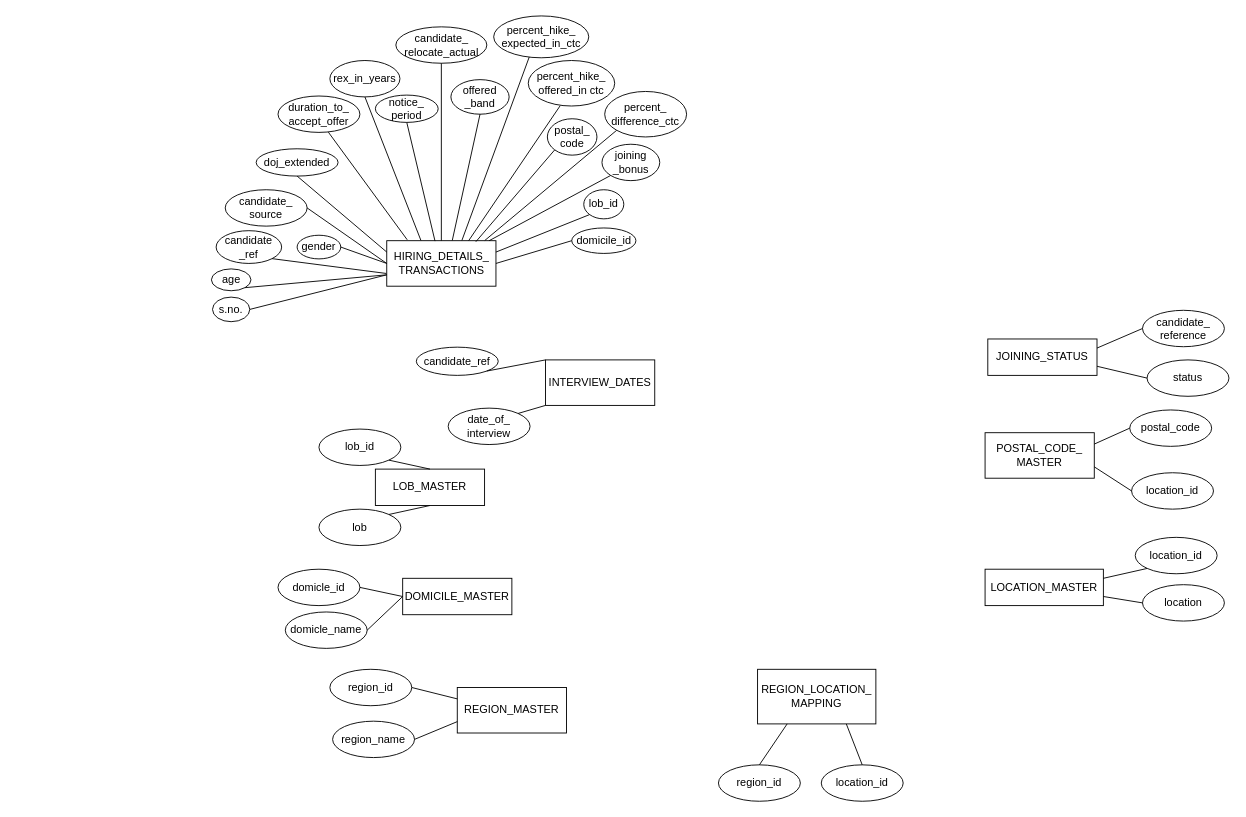
Earlier version of the draw.io diagram Untitled Diagram.drawio (gsrRogers/VatsDeloitte). Source tidied: cells renumbered, new cells numbered last; positions are measured from the earlier drawing's top-left corner, leaving out a move shared by most shapes. Both pictures are drawn from the tidied source at 91%, with x=0, y=0 at pixel (211, 15).
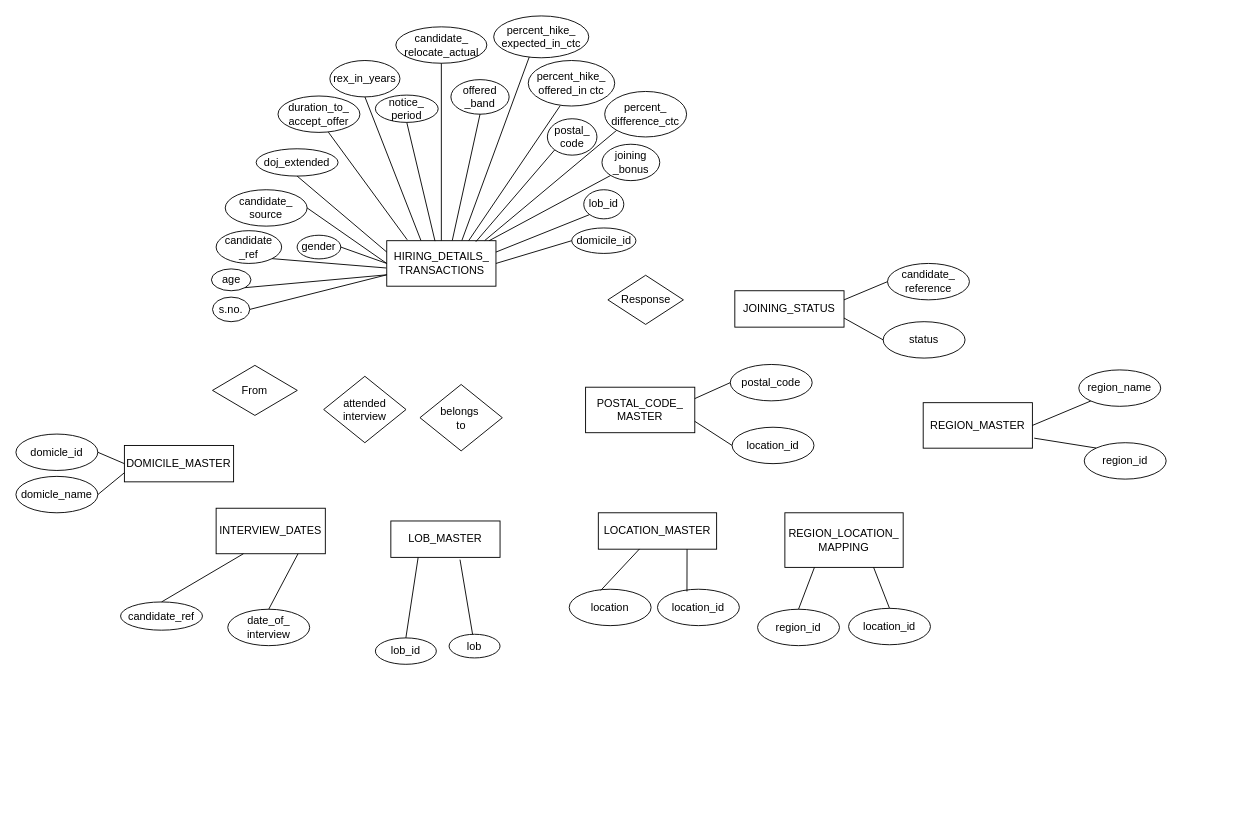
The same page after the edit.

The change refers to these unchanged cells:
```xml
<mxCell id="12" value="candidate&lt;br&gt;_ref" style="ellipse;whiteSpace=wrap;html=1;" parent="1" vertex="1">
  <mxGeometry x="5" y="236" width="72" height="36" as="geometry" />
</mxCell>
```

What changed in the source:
```diff
@@
     <mxCell id="3" value="INTERVIEW_DATES" style="rounded=0;whiteSpace=wrap;html=1;" parent="1" vertex="1">
-      <mxGeometry x="367" y="378" width="120" height="50" as="geometry" />
+      <mxGeometry x="5" y="541" width="120" height="50" as="geometry" />
     </mxCell>
     <mxCell id="4" value="DOMICILE_MASTER" style="rounded=0;whiteSpace=wrap;html=1;" parent="1" vertex="1">
-      <mxGeometry x="210" y="618" width="120" height="40" as="geometry" />
+      <mxGeometry x="-95.8" y="472" width="120" height="40" as="geometry" />
     </mxCell>
     <mxCell id="5" value="JOINING_STATUS" style="rounded=0;whiteSpace=wrap;html=1;" parent="1" vertex="1">
-      <mxGeometry x="853" y="355" width="120" height="40" as="geometry" />
+      <mxGeometry x="575" y="302" width="120" height="40" as="geometry" />
     </mxCell>
     <mxCell id="6" value="POSTAL_CODE_&lt;br&gt;MASTER" style="rounded=0;whiteSpace=wrap;html=1;" parent="1" vertex="1">
-      <mxGeometry x="850" y="458" width="120" height="50" as="geometry" />
+      <mxGeometry x="411" y="408" width="120" height="50" as="geometry" />
     </mxCell>
     <mxCell id="7" value="LOCATION_MASTER" style="rounded=0;whiteSpace=wrap;html=1;" parent="1" vertex="1">
-      <mxGeometry x="850" y="608" width="130" height="40" as="geometry" />
+      <mxGeometry x="425" y="546" width="130" height="40" as="geometry" />
     </mxCell>
     <mxCell id="8" value="REGION_LOCATION_&lt;br&gt;MAPPING" style="rounded=0;whiteSpace=wrap;html=1;" parent="1" vertex="1">
-      <mxGeometry x="600" y="718" width="130" height="60" as="geometry" />
+      <mxGeometry x="630" y="546" width="130" height="60" as="geometry" />
     </mxCell>
     <mxCell id="9" value="REGION_MASTER" style="rounded=0;whiteSpace=wrap;html=1;" parent="1" vertex="1">
-      <mxGeometry x="270" y="738" width="120" height="50" as="geometry" />
+      <mxGeometry x="782" y="425" width="120" height="50" as="geometry" />
     </mxCell>
     <mxCell id="10" value="LOB_MASTER" style="rounded=0;whiteSpace=wrap;html=1;" parent="1" vertex="1">
-      <mxGeometry x="180" y="498" width="120" height="40" as="geometry" />
+      <mxGeometry x="197" y="555" width="120" height="40" as="geometry" />
     </mxCell>
@@
     <mxCell id="29" value="candidate_ref" style="ellipse;whiteSpace=wrap;html=1;" parent="1" vertex="1">
-      <mxGeometry x="225" y="364" width="90" height="31" as="geometry" />
+      <mxGeometry x="-100" y="644" width="90" height="31" as="geometry" />
     </mxCell>
     <mxCell id="30" value="date_of_&lt;br&gt;interview" style="ellipse;whiteSpace=wrap;html=1;" parent="1" vertex="1">
-      <mxGeometry x="260" y="431" width="90" height="40" as="geometry" />
+      <mxGeometry x="17.8" y="652" width="90" height="40" as="geometry" />
     </mxCell>
     <mxCell id="31" value="lob_id" style="ellipse;whiteSpace=wrap;html=1;" parent="1" vertex="1">
-      <mxGeometry x="118" y="454" width="90" height="40" as="geometry" />
+      <mxGeometry x="180" y="683.5" width="67" height="29" as="geometry" />
     </mxCell>
     <mxCell id="32" value="lob" style="ellipse;whiteSpace=wrap;html=1;" parent="1" vertex="1">
-      <mxGeometry x="118" y="542" width="90" height="40" as="geometry" />
+      <mxGeometry x="261" y="679.5" width="56" height="26" as="geometry" />
     </mxCell>
     <mxCell id="33" value="domicle_id" style="ellipse;whiteSpace=wrap;html=1;" parent="1" vertex="1">
-      <mxGeometry x="73" y="608" width="90" height="40" as="geometry" />
+      <mxGeometry x="-215" y="459.5" width="90" height="40" as="geometry" />
     </mxCell>
     <mxCell id="34" value="domicle_name" style="ellipse;whiteSpace=wrap;html=1;" parent="1" vertex="1">
-      <mxGeometry x="81" y="655" width="90" height="40" as="geometry" />
+      <mxGeometry x="-215" y="506" width="90" height="40" as="geometry" />
     </mxCell>
     <mxCell id="35" value="region_id" style="ellipse;whiteSpace=wrap;html=1;" parent="1" vertex="1">
-      <mxGeometry x="130" y="718" width="90" height="40" as="geometry" />
+      <mxGeometry x="959" y="469" width="90" height="40" as="geometry" />
     </mxCell>
     <mxCell id="36" value="region_name" style="ellipse;whiteSpace=wrap;html=1;" parent="1" vertex="1">
-      <mxGeometry x="133" y="775" width="90" height="40" as="geometry" />
+      <mxGeometry x="953" y="389" width="90" height="40" as="geometry" />
     </mxCell>
     <mxCell id="37" value="region_id" style="ellipse;whiteSpace=wrap;html=1;" parent="1" vertex="1">
-      <mxGeometry x="557" y="823" width="90" height="40" as="geometry" />
+      <mxGeometry x="600" y="652" width="90" height="40" as="geometry" />
     </mxCell>
     <mxCell id="38" value="location_id" style="ellipse;whiteSpace=wrap;html=1;" parent="1" vertex="1">
-      <mxGeometry x="670" y="823" width="90" height="40" as="geometry" />
+      <mxGeometry x="700" y="651" width="90" height="40" as="geometry" />
     </mxCell>
     <mxCell id="39" value="location_id" style="ellipse;whiteSpace=wrap;html=1;" parent="1" vertex="1">
-      <mxGeometry x="1015" y="573" width="90" height="40" as="geometry" />
+      <mxGeometry x="490" y="630" width="90" height="40" as="geometry" />
     </mxCell>
     <mxCell id="40" value="location" style="ellipse;whiteSpace=wrap;html=1;" parent="1" vertex="1">
-      <mxGeometry x="1023" y="625" width="90" height="40" as="geometry" />
+      <mxGeometry x="393" y="630" width="90" height="40" as="geometry" />
     </mxCell>
     <mxCell id="41" value="location_id" style="ellipse;whiteSpace=wrap;html=1;" parent="1" vertex="1">
-      <mxGeometry x="1011" y="502" width="90" height="40" as="geometry" />
+      <mxGeometry x="572" y="452" width="90" height="40" as="geometry" />
     </mxCell>
     <mxCell id="42" value="postal_code" style="ellipse;whiteSpace=wrap;html=1;" parent="1" vertex="1">
-      <mxGeometry x="1009" y="433" width="90" height="40" as="geometry" />
+      <mxGeometry x="570" y="383" width="90" height="40" as="geometry" />
     </mxCell>
     <mxCell id="43" value="candidate_&lt;br&gt;reference" style="ellipse;whiteSpace=wrap;html=1;" parent="1" vertex="1">
-      <mxGeometry x="1023" y="323.5" width="90" height="40" as="geometry" />
+      <mxGeometry x="742.8" y="272" width="90" height="40" as="geometry" />
     </mxCell>
     <mxCell id="44" value="status" style="ellipse;whiteSpace=wrap;html=1;" parent="1" vertex="1">
-      <mxGeometry x="1028" y="378" width="90" height="40" as="geometry" />
+      <mxGeometry x="738" y="336" width="90" height="40" as="geometry" />
     </mxCell>
-    <mxCell id="45" style="endArrow=none;html=1;rounded=0;entryX=1;entryY=1;entryDx=0;entryDy=0;exitX=0;exitY=0;exitDx=0;exitDy=0;" parent="1" edge="1" source="3" target="29">
+    <mxCell id="45" style="endArrow=none;html=1;rounded=0;entryX=0.5;entryY=0;entryDx=0;entryDy=0;exitX=0.25;exitY=1;exitDx=0;exitDy=0;" parent="1" edge="1" source="3" target="29">
       <mxGeometry relative="1" as="geometry" />
     </mxCell>
-    <mxCell id="46" style="endArrow=none;html=1;rounded=0;entryX=0;entryY=1;entryDx=0;entryDy=0;exitX=1;exitY=0;exitDx=0;exitDy=0;" parent="1" edge="1" source="30" target="3">
+    <mxCell id="46" style="endArrow=none;html=1;rounded=0;entryX=0.75;entryY=1;entryDx=0;entryDy=0;exitX=0.5;exitY=0;exitDx=0;exitDy=0;" parent="1" edge="1" source="30" target="3">
       <mxGeometry relative="1" as="geometry" />
     </mxCell>
-    <mxCell id="47" style="endArrow=none;html=1;rounded=0;entryX=1;entryY=1;entryDx=0;entryDy=0;exitX=0.5;exitY=0;exitDx=0;exitDy=0;" parent="1" edge="1" source="10" target="31">
+    <mxCell id="47" style="endArrow=none;html=1;rounded=0;entryX=0.5;entryY=0;entryDx=0;entryDy=0;exitX=0.25;exitY=1;exitDx=0;exitDy=0;" parent="1" edge="1" source="10" target="31">
       <mxGeometry relative="1" as="geometry" />
     </mxCell>
-    <mxCell id="48" style="endArrow=none;html=1;rounded=0;exitX=1;exitY=0;exitDx=0;exitDy=0;entryX=0.5;entryY=1;entryDx=0;entryDy=0;" parent="1" edge="1" source="32" target="10">
-      <mxGeometry relative="1" as="geometry" />
+    <mxCell id="48" style="endArrow=none;html=1;rounded=0;" parent="1" edge="1" source="32">
+      <mxGeometry relative="1" as="geometry">
+        <mxPoint x="273" y="597.5" as="targetPoint" />
+      </mxGeometry>
     </mxCell>
@@
-    <mxCell id="50" style="endArrow=none;html=1;rounded=0;exitX=1;exitY=0.5;exitDx=0;exitDy=0;" parent="1" edge="1" source="34">
-      <mxGeometry relative="1" as="geometry">
-        <mxPoint x="210" y="638" as="targetPoint" />
-      </mxGeometry>
+    <mxCell id="50" style="endArrow=none;html=1;rounded=0;exitX=1;exitY=0.5;exitDx=0;exitDy=0;entryX=0;entryY=0.75;entryDx=0;entryDy=0;" parent="1" edge="1" source="34" target="4">
+      <mxGeometry relative="1" as="geometry" />
     </mxCell>
-    <mxCell id="51" style="endArrow=none;html=1;rounded=0;exitX=1;exitY=0.5;exitDx=0;exitDy=0;entryX=0;entryY=0.25;entryDx=0;entryDy=0;" parent="1" edge="1" source="35" target="9">
-      <mxGeometry relative="1" as="geometry" />
+    <mxCell id="51" style="endArrow=none;html=1;rounded=0;exitX=0;exitY=0;exitDx=0;exitDy=0;" parent="1" edge="1" source="35">
+      <mxGeometry relative="1" as="geometry">
+        <mxPoint x="904" y="464" as="targetPoint" />
+      </mxGeometry>
     </mxCell>
-    <mxCell id="52" style="endArrow=none;html=1;rounded=0;exitX=1;exitY=0.5;exitDx=0;exitDy=0;entryX=0;entryY=0.75;entryDx=0;entryDy=0;" parent="1" edge="1" source="36" target="9">
+    <mxCell id="52" style="endArrow=none;html=1;rounded=0;exitX=0;exitY=1;exitDx=0;exitDy=0;entryX=1;entryY=0.5;entryDx=0;entryDy=0;" parent="1" edge="1" source="36" target="9">
       <mxGeometry relative="1" as="geometry" />
     </mxCell>
@@
-    <mxCell id="55" style="endArrow=none;html=1;rounded=0;exitX=1;exitY=0.25;exitDx=0;exitDy=0;entryX=0;entryY=1;entryDx=0;entryDy=0;" parent="1" edge="1" source="7" target="39">
+    <mxCell id="55" style="endArrow=none;html=1;rounded=0;exitX=0.75;exitY=1;exitDx=0;exitDy=0;entryX=0.36;entryY=0.061;entryDx=0;entryDy=0;entryPerimeter=0;" parent="1" edge="1" source="7" target="39">
       <mxGeometry relative="1" as="geometry" />
     </mxCell>
-    <mxCell id="56" style="endArrow=none;html=1;rounded=0;exitX=1;exitY=0.75;exitDx=0;exitDy=0;entryX=0;entryY=0.5;entryDx=0;entryDy=0;" parent="1" edge="1" source="7" target="40">
+    <mxCell id="56" style="endArrow=none;html=1;rounded=0;entryX=0.385;entryY=0.033;entryDx=0;entryDy=0;entryPerimeter=0;exitX=0.348;exitY=0.994;exitDx=0;exitDy=0;exitPerimeter=0;" parent="1" edge="1" source="7" target="40">
       <mxGeometry relative="1" as="geometry" />
     </mxCell>
@@
     <mxCell id="63" style="endArrow=none;html=1;rounded=0;exitX=1;exitY=1;exitDx=0;exitDy=0;" parent="1" edge="1" source="12">
       <mxGeometry relative="1" as="geometry">
-        <mxPoint x="192" y="283" as="targetPoint" />
+        <mxPoint x="192" y="277" as="targetPoint" />
       </mxGeometry>
     </mxCell>
@@
+    <mxCell id="79" value="attended interview" style="rhombus;whiteSpace=wrap;html=1;" parent="1" vertex="1">
+      <mxGeometry x="123.2" y="396" width="90.5" height="73" as="geometry" />
+    </mxCell>
+    <mxCell id="80" value="From" style="rhombus;whiteSpace=wrap;html=1;" parent="1" vertex="1">
+      <mxGeometry x="1" y="384" width="93.2" height="55" as="geometry" />
+    </mxCell>
+    <mxCell id="81" value="belongs&amp;nbsp;&lt;br&gt;to" style="rhombus;whiteSpace=wrap;html=1;" parent="1" vertex="1">
+      <mxGeometry x="229" y="405" width="90.5" height="73" as="geometry" />
+    </mxCell>
+    <mxCell id="82" value="Response" style="rhombus;whiteSpace=wrap;html=1;" parent="1" vertex="1">
+      <mxGeometry x="435.5" y="285" width="83" height="54" as="geometry" />
+    </mxCell>
```
